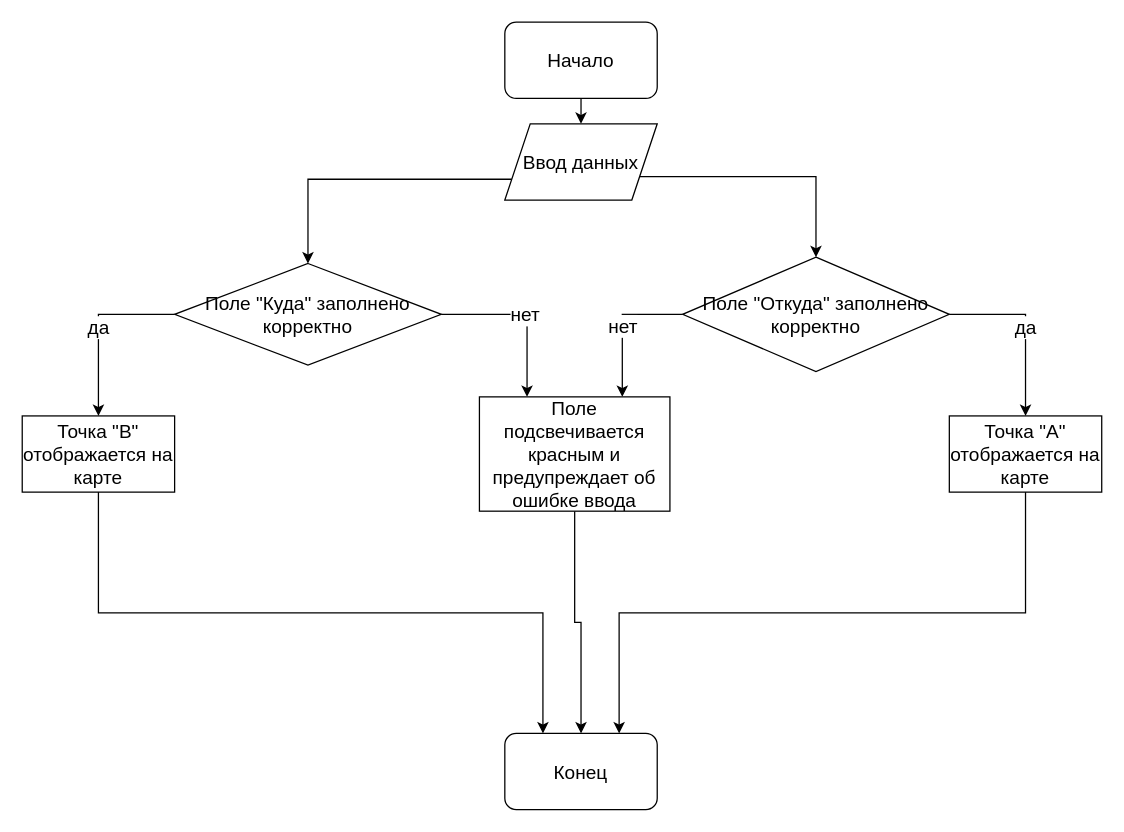
Earlier version of the draw.io diagram Practice1Block2.drawio (NatPopstar/Yandex.Praktikum). Source tidied: cells renumbered, new cells numbered last; positions are measured from the earlier drawing's top-left corner, leaving out a move shared by most shapes. Both pictures are drawn from the tidied source at 127%, with x=0, y=0 at pixel (22, 22).
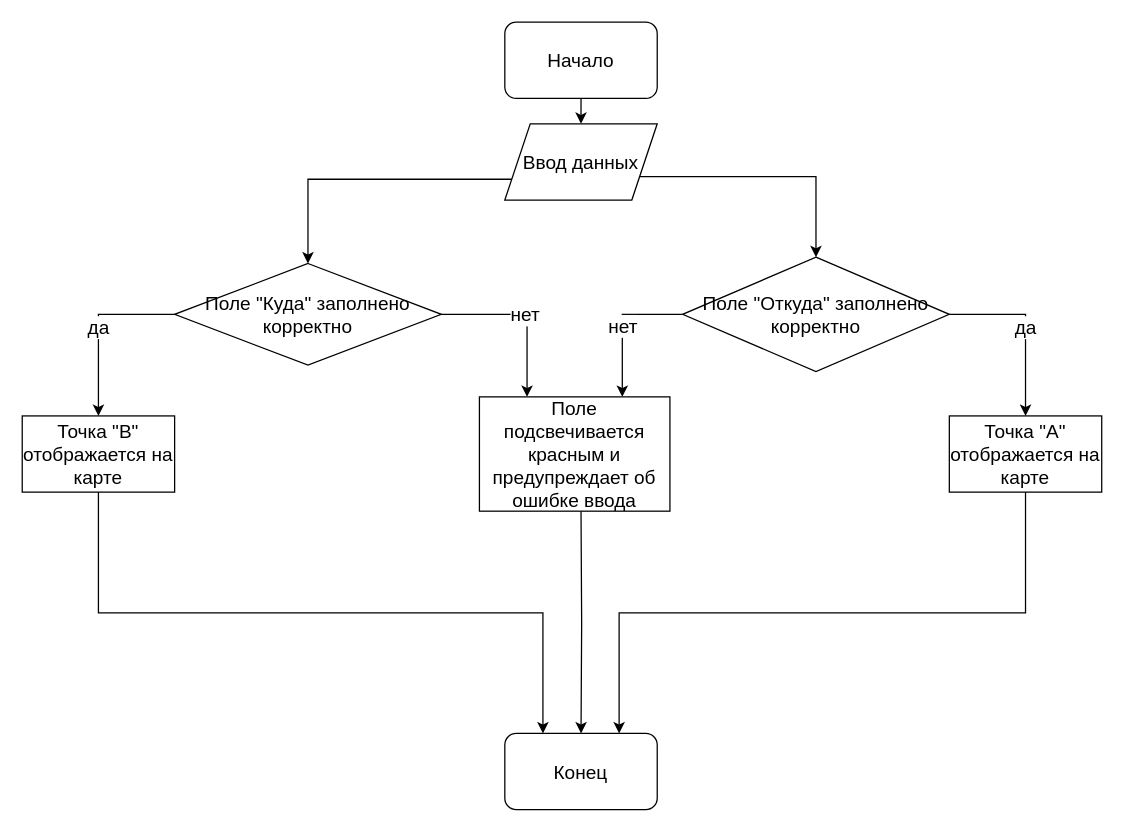
The same diagram, later.

Unchanged cells that the change refers to:
```xml
<mxCell id="18" value="Поле подсвечивается красным и предупреждает об ошибке ввода" style="rounded=0;whiteSpace=wrap;html=1;fontSize=15;" parent="1" vertex="1">
  <mxGeometry x="360" y="295" width="150" height="90" as="geometry" />
</mxCell>
<mxCell id="19" value="Конец" style="rounded=1;whiteSpace=wrap;html=1;fontSize=15;" parent="1" vertex="1">
  <mxGeometry x="380" y="560" width="120" height="60" as="geometry" />
</mxCell>
```

What changed in the source:
```diff
@@
-    <mxCell id="17" style="edgeStyle=orthogonalEdgeStyle;rounded=0;jettySize=auto;html=1;exitX=0.5;exitY=1;exitDx=0;exitDy=0;entryX=0.5;entryY=0;entryDx=0;entryDy=0;fontSize=15;" parent="1" edge="1" source="18" target="19">
-      <mxGeometry relative="1" as="geometry" />
+    <mxCell id="17" style="edgeStyle=orthogonalEdgeStyle;rounded=0;jettySize=auto;html=1;entryX=0.5;entryY=0;entryDx=0;entryDy=0;fontSize=15;" parent="1" edge="1" target="19">
+      <mxGeometry relative="1" as="geometry">
+        <mxPoint x="440" y="385" as="sourcePoint" />
+      </mxGeometry>
     </mxCell>
```
